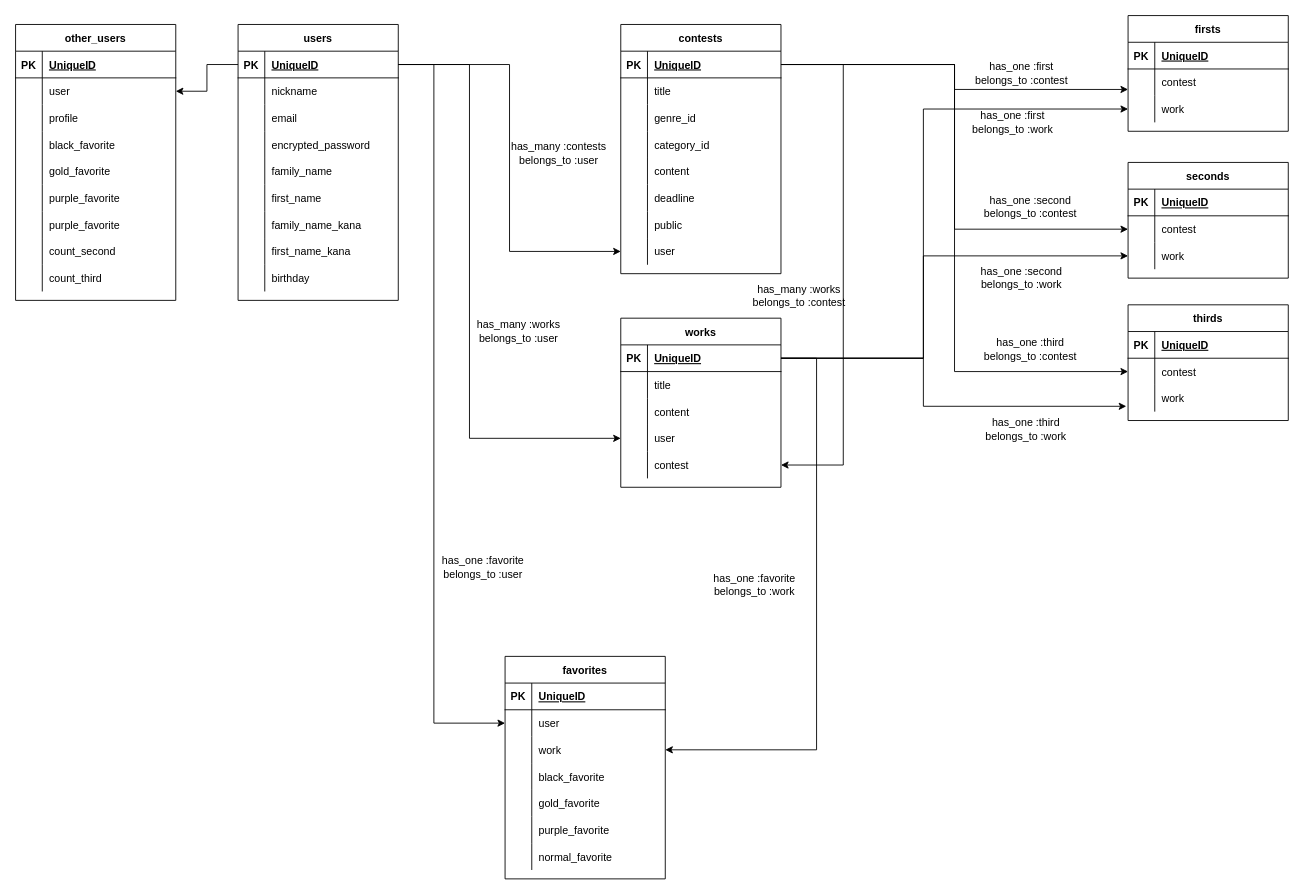
Earlier version of the draw.io diagram e-r.dio (tokiya-takai/moroheiya). Source tidied: cells renumbered, new cells numbered last; positions are measured from the earlier drawing's top-left corner, leaving out a move shared by most shapes. Both pictures are drawn from the tidied source at 89%, with x=0, y=0 at pixel (15, 15).
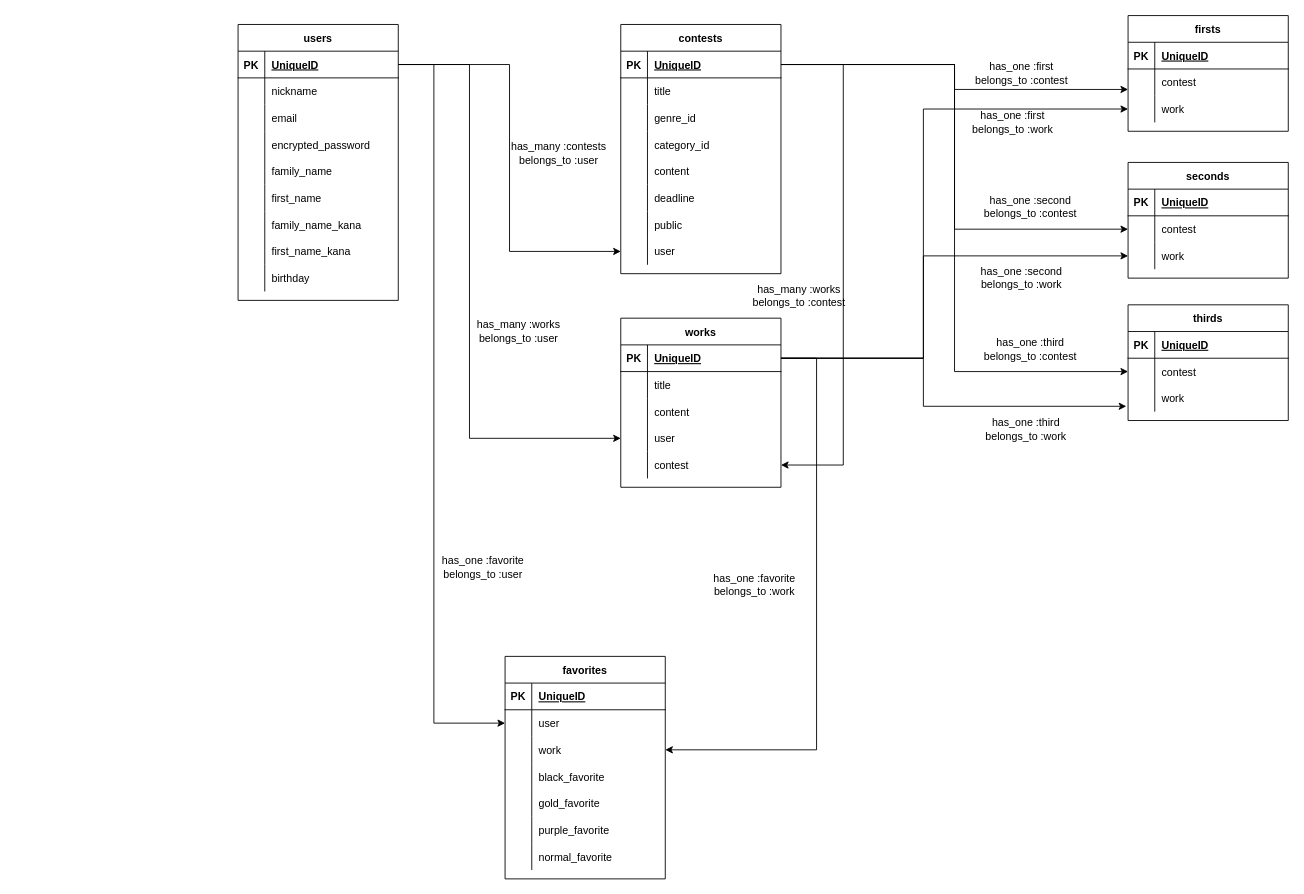
The same page after the edit.

The change refers to these unchanged cells:
```xml
<mxCell id="3" style="shape=partialRectangle;fillColor=none;top=0;left=0;bottom=1;right=0;points=[[0,0.5],[1,0.5]];portConstraint=eastwest;" parent="2" vertex="1">
  <mxGeometry y="30" width="180" height="30" as="geometry" />
</mxCell>
```

Change to the diagram source:
```diff
@@
-    <mxCell id="145" value="other_users" style="shape=table;startSize=30;childLayout=tableLayout;rowLines=0;fontStyle=1;align=center;" parent="1" vertex="1">
-      <mxGeometry y="10" width="180" height="310" as="geometry" />
-    </mxCell>
-    <mxCell id="146" style="shape=partialRectangle;fillColor=none;top=0;left=0;bottom=1;right=0;" parent="145" vertex="1">
-      <mxGeometry y="30" width="180" height="30" as="geometry" />
-    </mxCell>
-    <mxCell id="147" value="PK" style="shape=partialRectangle;fillColor=none;top=0;left=0;bottom=0;right=0;fontStyle=1;overflow=hidden;" parent="146" vertex="1">
-      <mxGeometry width="30" height="30" as="geometry" />
-    </mxCell>
-    <mxCell id="148" value="UniqueID" style="shape=partialRectangle;fillColor=none;top=0;left=0;bottom=0;right=0;align=left;spacingLeft=6;fontStyle=5;overflow=hidden;" parent="146" vertex="1">
-      <mxGeometry x="30" width="150" height="30" as="geometry" />
-    </mxCell>
-    <mxCell id="149" style="shape=partialRectangle;fillColor=none;top=0;left=0;bottom=0;right=0;points=[[0,0.5],[1,0.5]];portConstraint=eastwest;" parent="145" vertex="1">
-      <mxGeometry y="60" width="180" height="30" as="geometry" />
-    </mxCell>
-    <mxCell id="150" style="shape=partialRectangle;fillColor=none;top=0;left=0;bottom=0;right=0;overflow=hidden;" parent="149" vertex="1">
-      <mxGeometry width="30" height="30" as="geometry" />
-    </mxCell>
-    <mxCell id="151" value="user" style="shape=partialRectangle;fillColor=none;top=0;left=0;bottom=0;right=0;align=left;spacingLeft=6;overflow=hidden;" parent="149" vertex="1">
-      <mxGeometry x="30" width="150" height="30" as="geometry" />
-    </mxCell>
-    <mxCell id="152" style="shape=partialRectangle;fillColor=none;top=0;left=0;bottom=0;right=0;" parent="145" vertex="1">
-      <mxGeometry y="90" width="180" height="30" as="geometry" />
-    </mxCell>
-    <mxCell id="153" style="shape=partialRectangle;fillColor=none;top=0;left=0;bottom=0;right=0;overflow=hidden;" parent="152" vertex="1">
-      <mxGeometry width="30" height="30" as="geometry" />
-    </mxCell>
-    <mxCell id="154" value="profile" style="shape=partialRectangle;fillColor=none;top=0;left=0;bottom=0;right=0;align=left;spacingLeft=6;overflow=hidden;" parent="152" vertex="1">
-      <mxGeometry x="30" width="150" height="30" as="geometry" />
-    </mxCell>
-    <mxCell id="155" style="shape=partialRectangle;fillColor=none;top=0;left=0;bottom=0;right=0;" parent="145" vertex="1">
-      <mxGeometry y="120" width="180" height="30" as="geometry" />
-    </mxCell>
-    <mxCell id="156" style="shape=partialRectangle;fillColor=none;top=0;left=0;bottom=0;right=0;overflow=hidden;" parent="155" vertex="1">
-      <mxGeometry width="30" height="30" as="geometry" />
-    </mxCell>
-    <mxCell id="157" value="black_favorite" style="shape=partialRectangle;fillColor=none;top=0;left=0;bottom=0;right=0;align=left;spacingLeft=6;overflow=hidden;" parent="155" vertex="1">
-      <mxGeometry x="30" width="150" height="30" as="geometry" />
-    </mxCell>
-    <mxCell id="158" style="shape=partialRectangle;fillColor=none;top=0;left=0;bottom=0;right=0;" parent="145" vertex="1">
-      <mxGeometry y="150" width="180" height="30" as="geometry" />
-    </mxCell>
-    <mxCell id="159" style="shape=partialRectangle;fillColor=none;top=0;left=0;bottom=0;right=0;overflow=hidden;" parent="158" vertex="1">
-      <mxGeometry width="30" height="30" as="geometry" />
-    </mxCell>
-    <mxCell id="160" value="gold_favorite" style="shape=partialRectangle;fillColor=none;top=0;left=0;bottom=0;right=0;align=left;spacingLeft=6;overflow=hidden;" parent="158" vertex="1">
-      <mxGeometry x="30" width="150" height="30" as="geometry" />
-    </mxCell>
-    <mxCell id="161" style="shape=partialRectangle;fillColor=none;top=0;left=0;bottom=0;right=0;" parent="145" vertex="1">
-      <mxGeometry y="180" width="180" height="30" as="geometry" />
-    </mxCell>
-    <mxCell id="162" style="shape=partialRectangle;fillColor=none;top=0;left=0;bottom=0;right=0;overflow=hidden;" parent="161" vertex="1">
-      <mxGeometry width="30" height="30" as="geometry" />
-    </mxCell>
-    <mxCell id="163" value="purple_favorite" style="shape=partialRectangle;fillColor=none;top=0;left=0;bottom=0;right=0;align=left;spacingLeft=6;overflow=hidden;" parent="161" vertex="1">
-      <mxGeometry x="30" width="150" height="30" as="geometry" />
-    </mxCell>
-    <mxCell id="164" style="shape=partialRectangle;fillColor=none;top=0;left=0;bottom=0;right=0;" parent="145" vertex="1">
-      <mxGeometry y="210" width="180" height="30" as="geometry" />
-    </mxCell>
-    <mxCell id="165" style="shape=partialRectangle;fillColor=none;top=0;left=0;bottom=0;right=0;overflow=hidden;" parent="164" vertex="1">
-      <mxGeometry width="30" height="30" as="geometry" />
-    </mxCell>
-    <mxCell id="166" value="purple_favorite" style="shape=partialRectangle;fillColor=none;top=0;left=0;bottom=0;right=0;align=left;spacingLeft=6;overflow=hidden;" parent="164" vertex="1">
-      <mxGeometry x="30" width="150" height="30" as="geometry" />
-    </mxCell>
-    <mxCell id="167" style="shape=partialRectangle;fillColor=none;top=0;left=0;bottom=0;right=0;" parent="145" vertex="1">
-      <mxGeometry y="240" width="180" height="30" as="geometry" />
-    </mxCell>
-    <mxCell id="168" style="shape=partialRectangle;fillColor=none;top=0;left=0;bottom=0;right=0;overflow=hidden;" parent="167" vertex="1">
-      <mxGeometry width="30" height="30" as="geometry" />
-    </mxCell>
-    <mxCell id="169" value="count_second" style="shape=partialRectangle;fillColor=none;top=0;left=0;bottom=0;right=0;align=left;spacingLeft=6;overflow=hidden;" parent="167" vertex="1">
-      <mxGeometry x="30" width="150" height="30" as="geometry" />
-    </mxCell>
-    <mxCell id="170" style="shape=partialRectangle;fillColor=none;top=0;left=0;bottom=0;right=0;" parent="145" vertex="1">
-      <mxGeometry y="270" width="180" height="30" as="geometry" />
-    </mxCell>
-    <mxCell id="171" style="shape=partialRectangle;fillColor=none;top=0;left=0;bottom=0;right=0;overflow=hidden;" parent="170" vertex="1">
-      <mxGeometry width="30" height="30" as="geometry" />
-    </mxCell>
-    <mxCell id="172" value="count_third" style="shape=partialRectangle;fillColor=none;top=0;left=0;bottom=0;right=0;align=left;spacingLeft=6;overflow=hidden;" parent="170" vertex="1">
-      <mxGeometry x="30" width="150" height="30" as="geometry" />
-    </mxCell>
-    <mxCell id="173" style="edgeStyle=orthogonalEdgeStyle;rounded=0;jettySize=auto;html=1;" parent="1" edge="1" source="3" target="149">
-      <mxGeometry relative="1" as="geometry" />
-    </mxCell>
```
